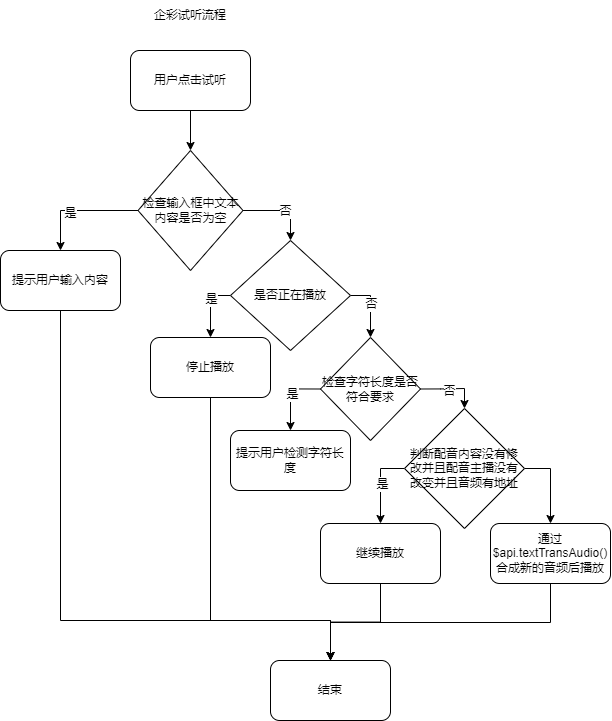
Earlier version of the draw.io export 企彩试听流程图.drawio.png (hyxux/admin-manage). Source tidied: cells renumbered, new cells last; positions are measured from the earlier drawing's top-left corner, leaving out a move shared by most shapes.
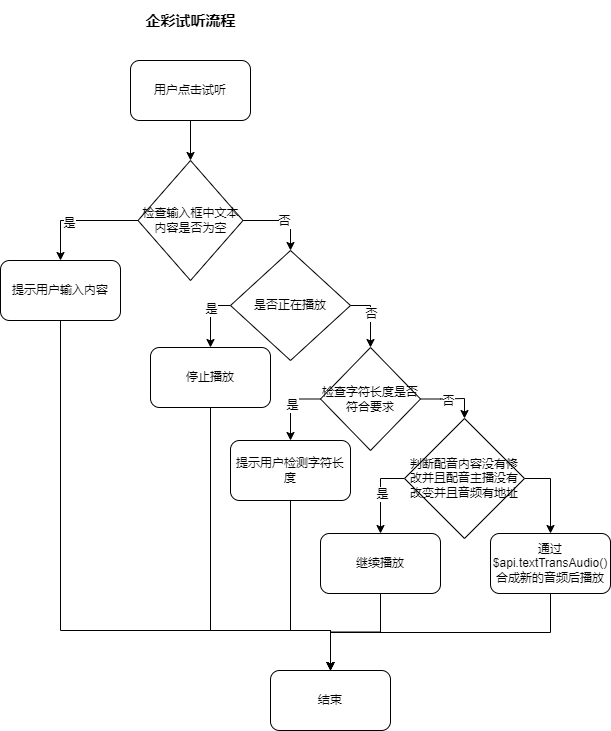
Later version of the same file.

Commit message:
更新企彩试听流程图.drawio.png

The edit, as a diff of the source:
```diff
@@ -2,8 +2,8 @@
   <root>
     <mxCell id="0" />
     <mxCell id="1" parent="0" />
-    <mxCell id="2" value="企彩试听流程" style="text;html=1;strokeColor=none;fillColor=none;align=center;verticalAlign=middle;whiteSpace=wrap;rounded=0;" parent="1" vertex="1">
-      <mxGeometry x="125" width="130" height="30" as="geometry" />
+    <mxCell id="2" value="&lt;b&gt;&lt;font style=&quot;font-size: 15px;&quot;&gt;企彩试听流程&lt;/font&gt;&lt;/b&gt;" style="text;html=1;strokeColor=none;fillColor=none;align=center;verticalAlign=middle;whiteSpace=wrap;rounded=0;" parent="1" vertex="1">
+      <mxGeometry x="117.5" y="-10" width="145" height="40" as="geometry" />
     </mxCell>
     <mxCell id="3" style="edgeStyle=orthogonalEdgeStyle;rounded=0;jettySize=auto;html=1;exitX=0.5;exitY=1;exitDx=0;exitDy=0;" parent="1" edge="1" source="4" target="9">
       <mxGeometry relative="1" as="geometry" />
@@ -85,6 +85,14 @@
     <mxCell id="24" value="检查字符长度是否符合要求" style="rhombus;whiteSpace=wrap;html=1;" parent="1" vertex="1">
       <mxGeometry x="320" y="337" width="100" height="103" as="geometry" />
     </mxCell>
+    <mxCell id="34" style="edgeStyle=orthogonalEdgeStyle;rounded=0;jettySize=auto;html=1;exitX=0.5;exitY=1;exitDx=0;exitDy=0;entryX=0.5;entryY=0;entryDx=0;entryDy=0;" parent="1" edge="1" source="25" target="17">
+      <mxGeometry relative="1" as="geometry">
+        <Array as="points">
+          <mxPoint x="290" y="620" />
+          <mxPoint x="330" y="620" />
+        </Array>
+      </mxGeometry>
+    </mxCell>
     <mxCell id="25" value="提示用户检测字符长度" style="rounded=1;whiteSpace=wrap;html=1;" parent="1" vertex="1">
       <mxGeometry x="230" y="430" width="120" height="60" as="geometry" />
     </mxCell>
```
